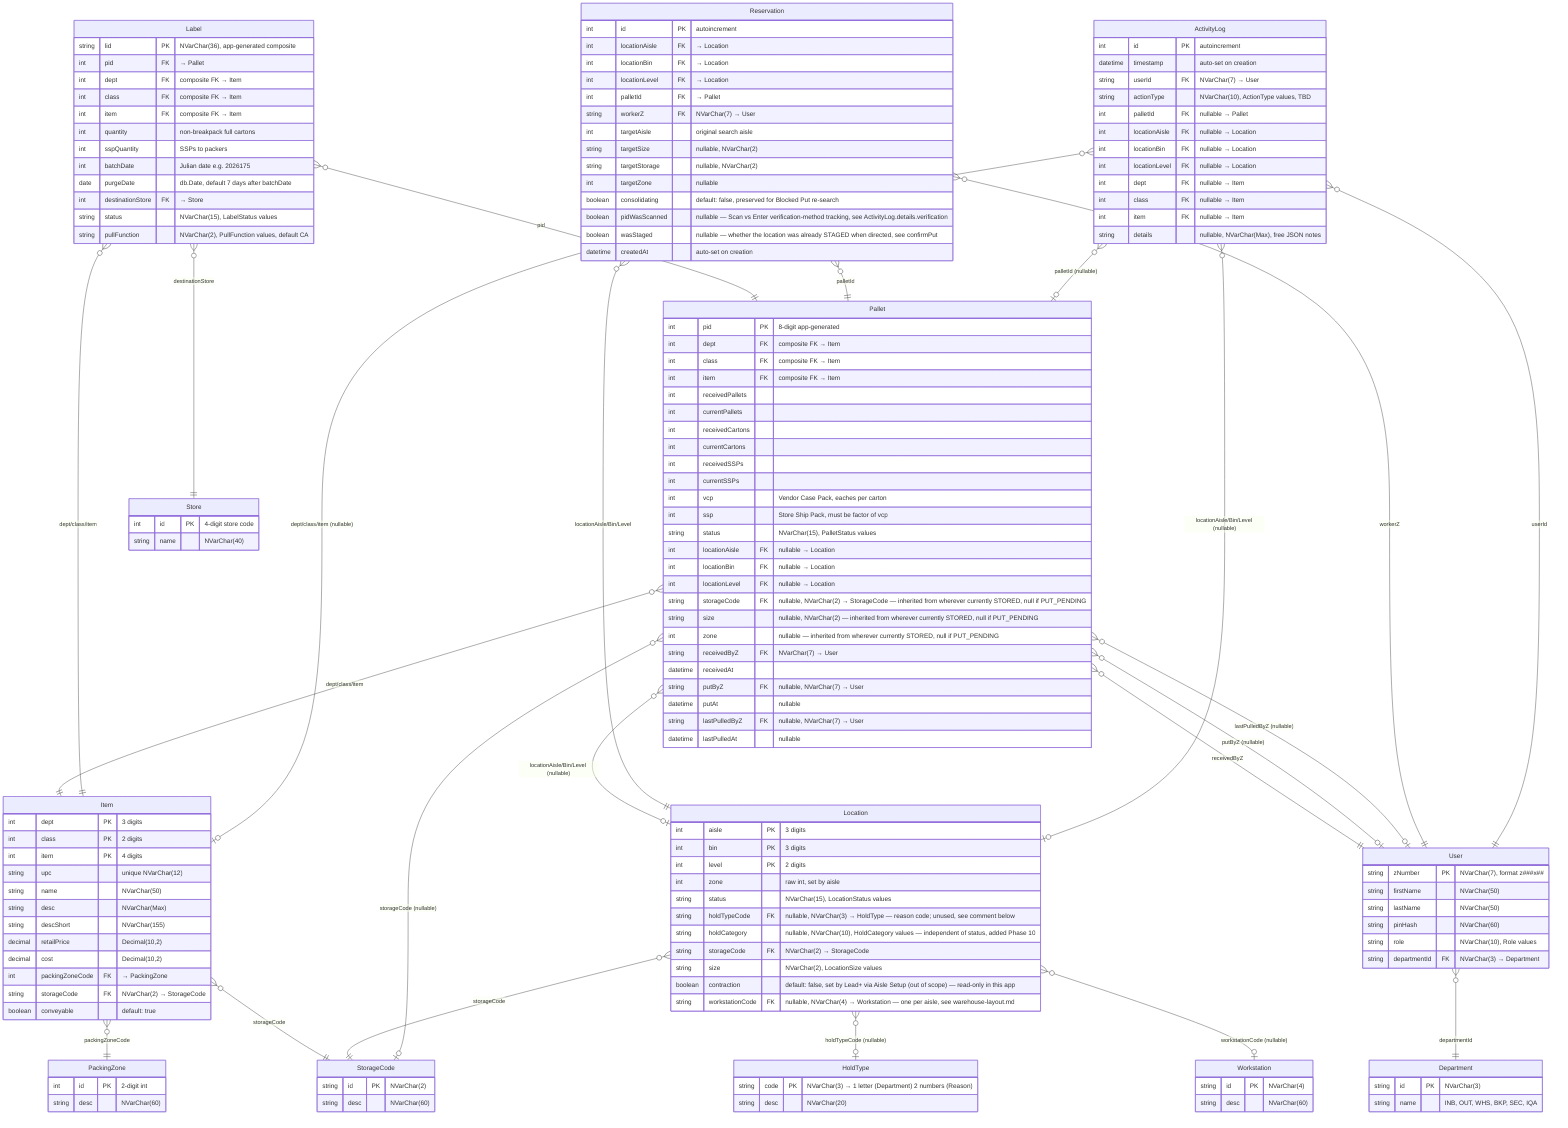
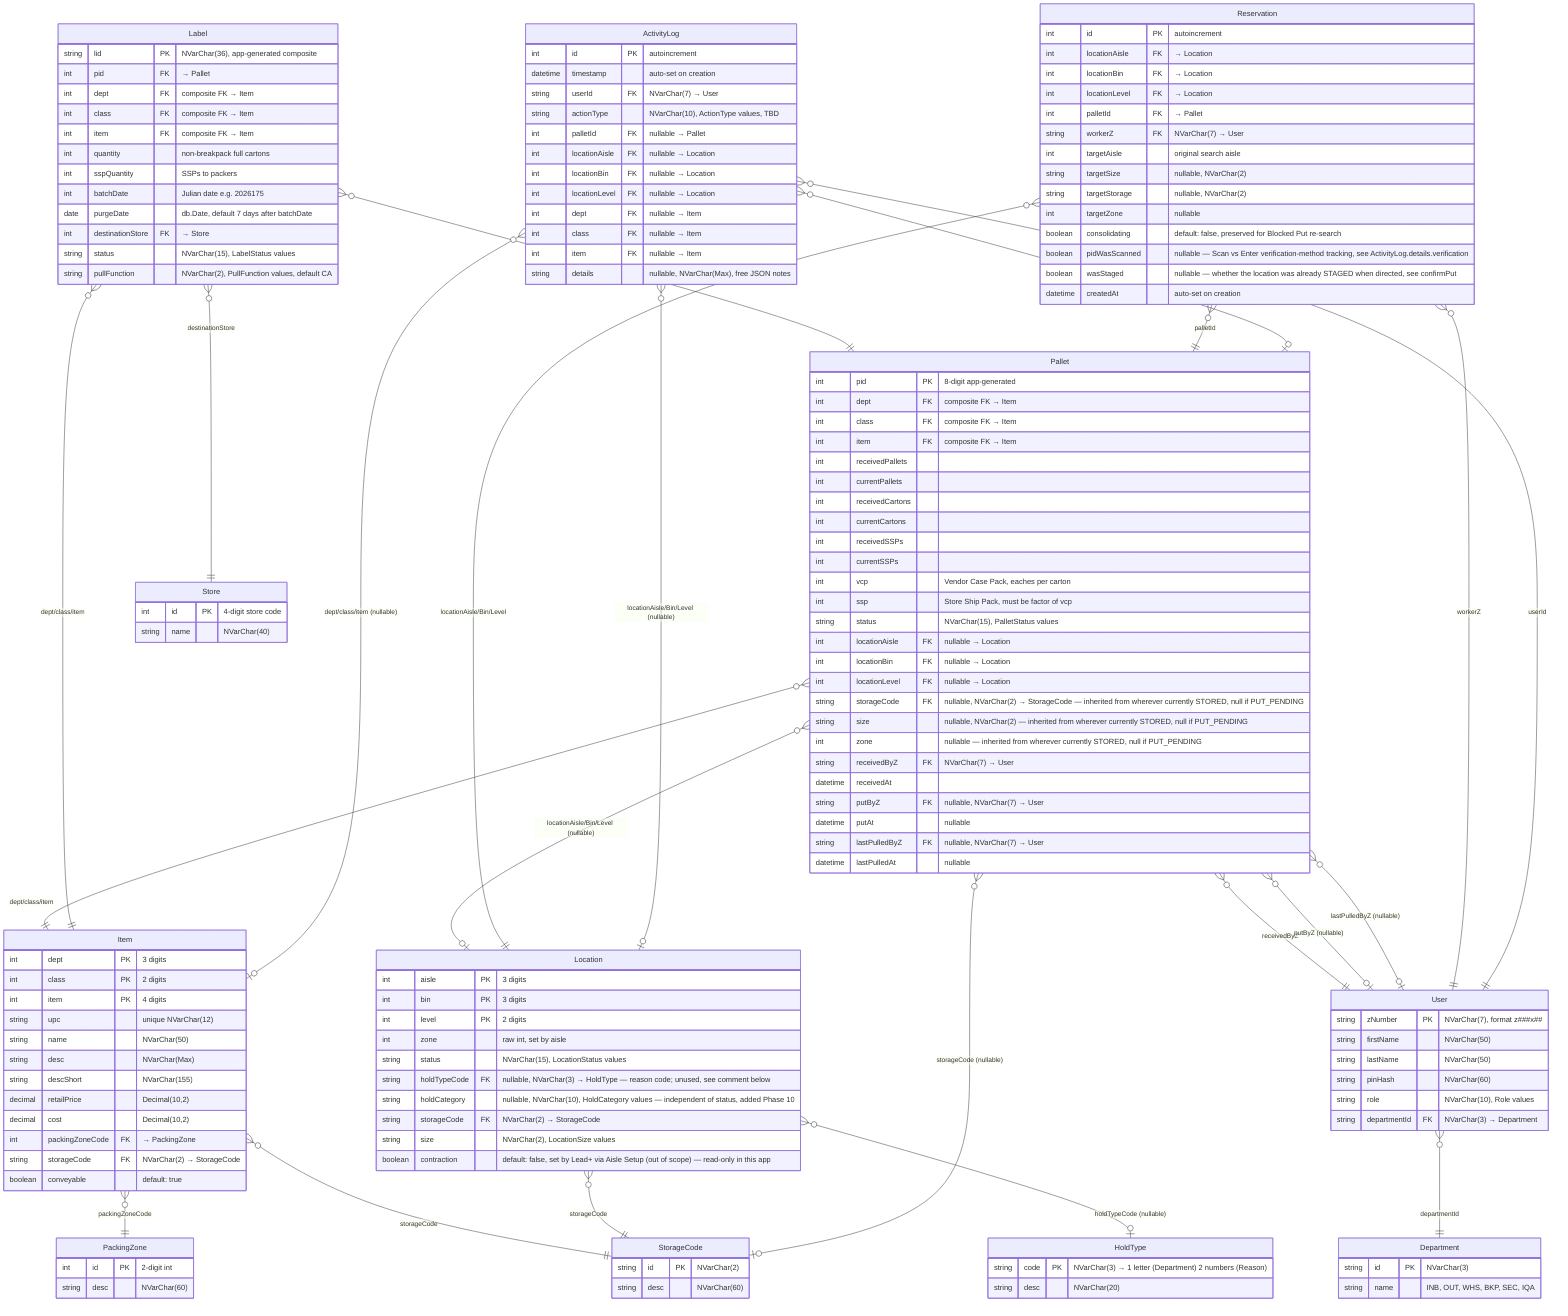
erDiagram

    %% ============================================================
    %% COMPOSITE PRIMARY KEYS (Prisma @@id — not expressible in ERD)
    %% ============================================================
    %% Item:     @@id([dept, class, item], name: "DPCI")
    %% Location: @@id([aisle, bin, level], name: "LocationID")
    %% ============================================================
    %% ENUMS — stored as NVarChar strings (Prisma v7 SQL Server does not support enum blocks)
    %% LocationStatus: EMPTY, STORED, PULL_PENDING, RESERVED, STAGED                                           → NVarChar(15)
    %% HoldCategory:   HOLD_IN, HOLD_OUT, HOLD_BOTH, HOLD_PERM (Location.holdCategory, independent of status)   → NVarChar(10)
    %% LocationSize:   XS, HS, S, M, L                                                                         → NVarChar(2)
    %% PalletStatus:   PUT_PENDING, STORED, PULL_PENDING, PULLED, CANCELED (open — expand as needed)           → NVarChar(15)
    %% LabelStatus:    AVAILABLE, PRINTED, PULLED, DIVERTED, CANCELED, PURGED                                  → NVarChar(15)
    %% PullFunction:   CA (Carton Air), CF (Carton Floor), FP (Full Pallet), BK (Bulk/level-0, not in demo)   → NVarChar(2)
    %% Role:           ADMIN, MANAGER, LEAD, IM, WORKER                                                        → NVarChar(10)
    %% ActionType:     EDIT_PAL, PULL, RESERVE, PUT, UNASSIGN, BLOCK_PUT, RES_TMOUT, MNP_SCAN, STAGE, RESTAGE,
    %%                 HOLD_PLACE, HOLD_CLEAR, REINSTATE                                                       → NVarChar(10)
    %% ============================================================
    %% BUSINESS RULES
    %% SSP must be a factor of VCP (enforced in app logic, not schema)
    %% LID format: {storeCode(1-4)}{DPCI(9)}{pid(8)}{random(8)}{batchDate(7)} = NVarChar(36)
    %% DPCI(9) is zero-padded: dept(3) + class(2) + item(4)
    %% pid: app-generated 8-digit Int with collision check
    %% zNumber format: z###x## (z + 3 digits + 1 letter + 2 digits) = NVarChar(7)
    %% PurgeDate defaults to 7 days after batchDate, set at label creation in app logic
    %% Status change to PURGED triggered in app logic on purge date
    %% ActionType enum must be defined and expanded as features are built
    %% Location.holdTypeCode (reason-code FK) is unpopulated — WLH.md states the reason
    %% code is written only to ActivityLog.details, never stored as a column (Phase 10)
    %% ============================================================

    Item {
        int dept PK "3 digits"
        int class PK "2 digits"
        int item PK "4 digits"
        string upc "unique NVarChar(12)"
        string name "NVarChar(50)"
        string desc "NVarChar(Max)"
        string descShort "NVarChar(155)"
        decimal retailPrice "Decimal(10,2)"
        decimal cost "Decimal(10,2)"
        int packingZoneCode FK "→ PackingZone"
        string storageCode FK "NVarChar(2) → StorageCode"
        boolean conveyable "default: true"
    }

    PackingZone {
        int id PK "2-digit int"
        string desc "NVarChar(60)"
    }

    StorageCode {
        string id PK "NVarChar(2)"
        string desc "NVarChar(60)"
    }

-     Workstation {
-         string id PK "NVarChar(4)"
-         string desc "NVarChar(60)"
-     }
- 
    Location {
        int aisle PK "3 digits"
        int bin PK "3 digits"
        int level PK "2 digits"
        int zone "raw int, set by aisle"
        string status "NVarChar(15), LocationStatus values"
        string holdTypeCode FK "nullable, NVarChar(3) → HoldType — reason code; unused, see comment below"
        string holdCategory "nullable, NVarChar(10), HoldCategory values — independent of status, added Phase 10"
        string storageCode FK "NVarChar(2) → StorageCode"
        string size "NVarChar(2), LocationSize values"
        boolean contraction "default: false, set by Lead+ via Aisle Setup (out of scope) — read-only in this app"
-         string workstationCode FK "nullable, NVarChar(4) → Workstation — one per aisle, see warehouse-layout.md"
    }

    HoldType {
        string code PK "NVarChar(3) → 1 letter (Department) 2 numbers (Reason)"
        string desc "NVarChar(20)"
    }

    Pallet {
        int pid PK "8-digit app-generated"
        int dept FK "composite FK → Item"
        int class FK "composite FK → Item"
        int item FK "composite FK → Item"
        int receivedPallets
        int currentPallets
        int receivedCartons
        int currentCartons
        int receivedSSPs
        int currentSSPs
        int vcp "Vendor Case Pack, eaches per carton"
        int ssp "Store Ship Pack, must be factor of vcp"
        string status "NVarChar(15), PalletStatus values"
        int locationAisle FK "nullable → Location"
        int locationBin FK "nullable → Location"
        int locationLevel FK "nullable → Location"
        string storageCode FK "nullable, NVarChar(2) → StorageCode — inherited from wherever currently STORED, null if PUT_PENDING"
        string size "nullable, NVarChar(2) — inherited from wherever currently STORED, null if PUT_PENDING"
        int zone "nullable — inherited from wherever currently STORED, null if PUT_PENDING"
        string receivedByZ FK "NVarChar(7) → User"
        datetime receivedAt
        string putByZ FK "nullable, NVarChar(7) → User"
        datetime putAt "nullable"
        string lastPulledByZ FK "nullable, NVarChar(7) → User"
        datetime lastPulledAt "nullable"
    }

    Label {
        string lid PK "NVarChar(36), app-generated composite"
        int pid FK "→ Pallet"
        int dept FK "composite FK → Item"
        int class FK "composite FK → Item"
        int item FK "composite FK → Item"
        int quantity "non-breakpack full cartons"
        int sspQuantity "SSPs to packers"
        int batchDate "Julian date e.g. 2026175"
        date purgeDate "db.Date, default 7 days after batchDate"
        int destinationStore FK "→ Store"
        string status "NVarChar(15), LabelStatus values"
        string pullFunction "NVarChar(2), PullFunction values, default CA"
    }

    Store {
        int id PK "4-digit store code"
        string name "NVarChar(40)"
    }

    User {
        string zNumber PK "NVarChar(7), format z###x##"
        string firstName "NVarChar(50)"
        string lastName "NVarChar(50)"
        string pinHash "NVarChar(60)"
        string role "NVarChar(10), Role values"
        string departmentId FK "NVarChar(3) → Department"
    }

    Department {
        string id PK "NVarChar(3)"
        string name "INB, OUT, WHS, BKP, SEC, IQA"
    }

    Reservation {
        int id PK "autoincrement"
        int locationAisle FK "→ Location"
        int locationBin FK "→ Location"
        int locationLevel FK "→ Location"
        int palletId FK "→ Pallet"
        string workerZ FK "NVarChar(7) → User"
        int targetAisle "original search aisle"
        string targetSize "nullable, NVarChar(2)"
        string targetStorage "nullable, NVarChar(2)"
        int targetZone "nullable"
        boolean consolidating "default: false, preserved for Blocked Put re-search"
        boolean pidWasScanned "nullable — Scan vs Enter verification-method tracking, see ActivityLog.details.verification"
        boolean wasStaged "nullable — whether the location was already STAGED when directed, see confirmPut"
        datetime createdAt "auto-set on creation"
    }

    ActivityLog {
        int id PK "autoincrement"
        datetime timestamp "auto-set on creation"
        string userId FK "NVarChar(7) → User"
        string actionType "NVarChar(10), ActionType values, TBD"
        int palletId FK "nullable → Pallet"
        int locationAisle FK "nullable → Location"
        int locationBin FK "nullable → Location"
        int locationLevel FK "nullable → Location"
        int dept FK "nullable → Item"
        int class FK "nullable → Item"
        int item FK "nullable → Item"
        string details "nullable, NVarChar(Max), free JSON notes"
    }

    %% ============================================================
    %% RELATIONS
    %% ============================================================

    Item }o--|| PackingZone : "packingZoneCode"
    Item }o--|| StorageCode : "storageCode"

    Location }o--o| HoldType : "holdTypeCode (nullable)"
    Location }o--|| StorageCode : "storageCode"
-     Location }o--o| Workstation : "workstationCode (nullable)"

    Pallet }o--|| Item : "dept/class/item"
    Pallet }o--o| Location : "locationAisle/Bin/Level (nullable)"
    Pallet }o--o| StorageCode : "storageCode (nullable)"
    Pallet }o--|| User : "receivedByZ"
    Pallet }o--o| User : "putByZ (nullable)"
    Pallet }o--o| User : "lastPulledByZ (nullable)"

    Label }o--|| Pallet : "pid"
    Label }o--|| Item : "dept/class/item"
    Label }o--|| Store : "destinationStore"

    User }o--|| Department : "departmentId"

    Reservation }o--|| Location : "locationAisle/Bin/Level"
    Reservation }o--|| Pallet : "palletId"
    Reservation }o--|| User : "workerZ"

    ActivityLog }o--|| User : "userId"
    ActivityLog }o--o| Pallet : "palletId (nullable)"
    ActivityLog }o--o| Location : "locationAisle/Bin/Level (nullable)"
    ActivityLog }o--o| Item : "dept/class/item (nullable)"
